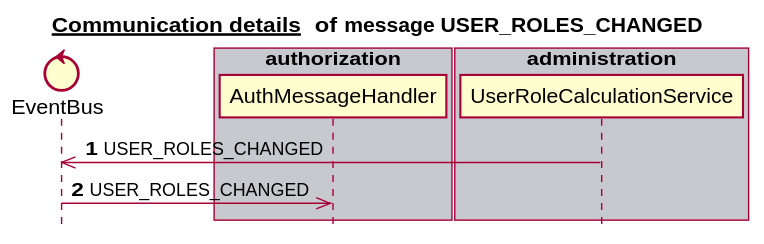
Above: docs/latest/images/gen_domain_messaging_user_roles_changed.svg in mercedes-benz/sechub (PlantUML), before the change. Its diagram source:
```plantuml
@startuml


title __Communication details __ of **message USER_ROLES_CHANGED**
skinparam style strictuml


control EventBus
box "authorization" #C8C8CF
   participant AuthMessageHandler
end box
box "scan" #F8F8FF
end box
box "administration" #C8C8CF
   participant UserRoleCalculationService
end box
box "schedule" #F8F8FF
end box
box "notification" #C8C8CF
end box
autonumber 1
UserRoleCalculationService ->> EventBus:USER_ROLES_CHANGED
EventBus ->> AuthMessageHandler:USER_ROLES_CHANGED
autonumber stop


@enduml
```
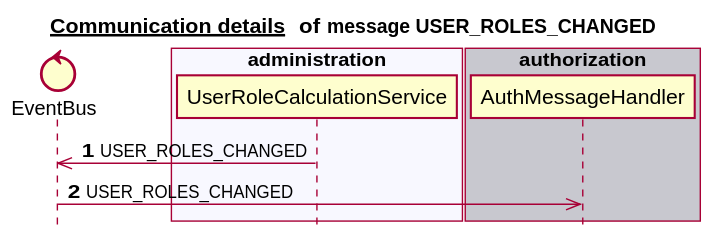
Above is the later version.

What changed in the source:
```diff
@@ -6,17 +6,17 @@
 
 
 control EventBus
-box "authorization" #C8C8CF
-   participant AuthMessageHandler
+box "schedule" #C8C8CF
 end box
 box "scan" #F8F8FF
 end box
-box "administration" #C8C8CF
+box "notification" #C8C8CF
+end box
+box "administration" #F8F8FF
    participant UserRoleCalculationService
 end box
-box "schedule" #F8F8FF
-end box
-box "notification" #C8C8CF
+box "authorization" #C8C8CF
+   participant AuthMessageHandler
 end box
 autonumber 1
 UserRoleCalculationService ->> EventBus:USER_ROLES_CHANGED
```
